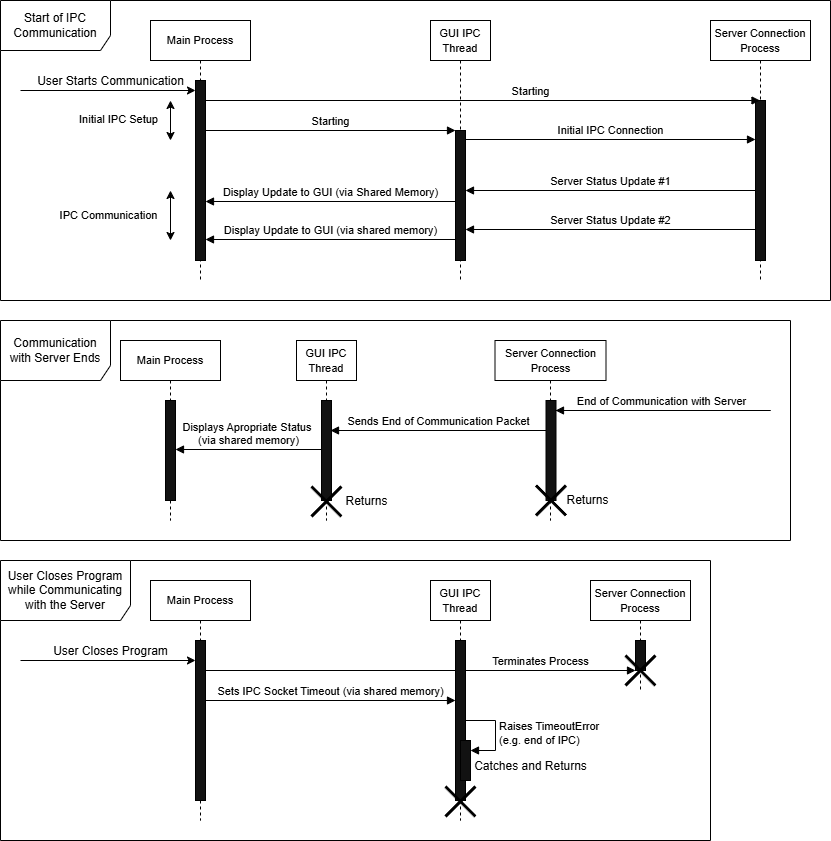
Earlier version of the draw.io export docs/uml_diagrams/client_ipc.drawio.png (Jebbex1/Stegastatter). Source tidied: cells renumbered, new cells last; positions are measured from the earlier drawing's top-left corner, leaving out a move shared by most shapes.
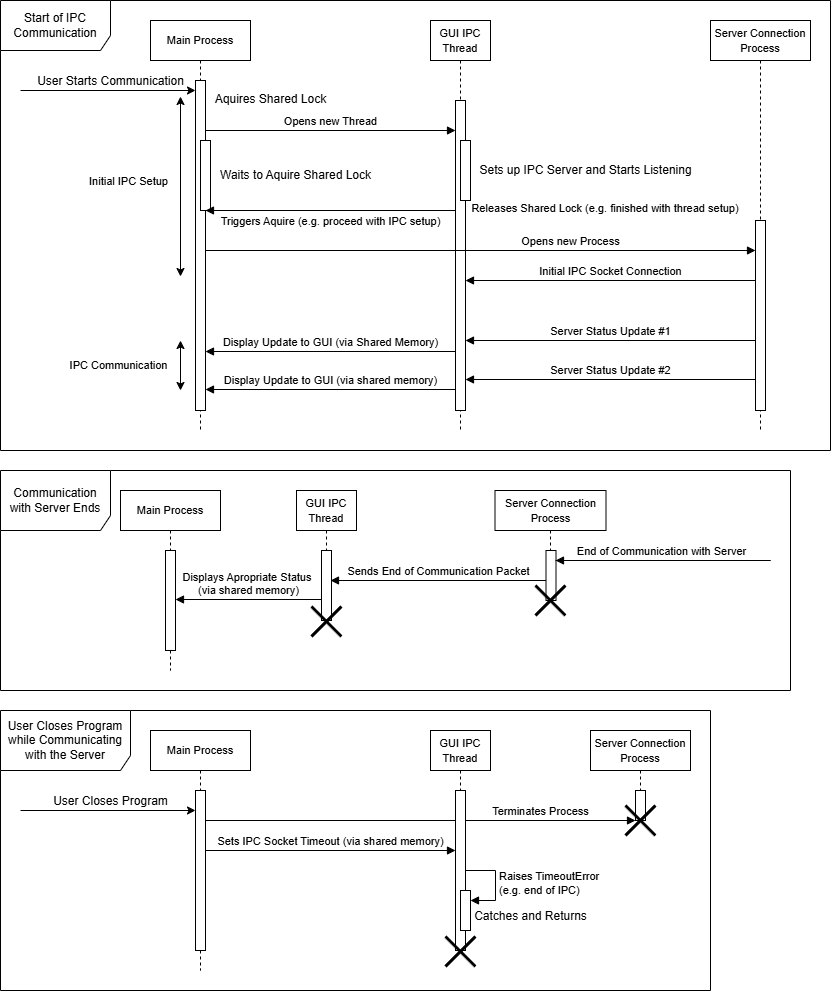
After the change.

What changed in the source:
```diff
@@ -3,35 +3,29 @@
     <mxCell id="0" />
     <mxCell id="1" parent="0" />
     <mxCell id="2" value="&lt;font style=&quot;font-size: 11px;&quot;&gt;Main Process&lt;/font&gt;" style="shape=umlLifeline;perimeter=lifelinePerimeter;whiteSpace=wrap;html=1;newEdgeStyle={&quot;edgeStyle&quot;:&quot;elbowEdgeStyle&quot;,&quot;elbow&quot;:&quot;vertical&quot;,&quot;curved&quot;:0,&quot;rounded&quot;:0};fontColor=#000000;labelBackgroundColor=none;strokeColor=#000000;fillColor=none;" parent="1" vertex="1">
-      <mxGeometry x="150" y="20" width="100" height="260" as="geometry" />
+      <mxGeometry x="150" y="-130" width="100" height="410" as="geometry" />
     </mxCell>
     <mxCell id="3" style="html=1;perimeter=orthogonalPerimeter;targetShapes=umlLifeline;newEdgeStyle={&quot;edgeStyle&quot;:&quot;elbowEdgeStyle&quot;,&quot;elbow&quot;:&quot;vertical&quot;,&quot;curved&quot;:0,&quot;rounded&quot;:0};fontColor=#000000;labelBackgroundColor=none;strokeColor=#000000;" parent="2" vertex="1">
-      <mxGeometry x="45" y="60" width="10" height="180" as="geometry" />
+      <mxGeometry x="45" y="60" width="10" height="330" as="geometry" />
     </mxCell>
     <mxCell id="4" value="&lt;font style=&quot;font-size: 11px;&quot;&gt;Server Connection Process&lt;/font&gt;" style="shape=umlLifeline;perimeter=lifelinePerimeter;whiteSpace=wrap;html=1;newEdgeStyle={&quot;edgeStyle&quot;:&quot;elbowEdgeStyle&quot;,&quot;elbow&quot;:&quot;vertical&quot;,&quot;curved&quot;:0,&quot;rounded&quot;:0};fontColor=#000000;labelBackgroundColor=none;strokeColor=#000000;fillColor=none;" parent="1" vertex="1">
-      <mxGeometry x="710" y="20" width="100" height="260" as="geometry" />
+      <mxGeometry x="710" y="-130" width="100" height="410" as="geometry" />
     </mxCell>
     <mxCell id="5" style="html=1;perimeter=orthogonalPerimeter;targetShapes=umlLifeline;newEdgeStyle={&quot;edgeStyle&quot;:&quot;elbowEdgeStyle&quot;,&quot;elbow&quot;:&quot;vertical&quot;,&quot;curved&quot;:0,&quot;rounded&quot;:0};fontColor=#000000;labelBackgroundColor=none;strokeColor=#000000;" parent="4" vertex="1">
-      <mxGeometry x="45" y="80" width="10" height="160" as="geometry" />
+      <mxGeometry x="45" y="200" width="10" height="190" as="geometry" />
     </mxCell>
     <mxCell id="6" value="&lt;font style=&quot;font-size: 11px;&quot;&gt;GUI IPC Thread&lt;/font&gt;" style="shape=umlLifeline;perimeter=lifelinePerimeter;whiteSpace=wrap;html=1;newEdgeStyle={&quot;edgeStyle&quot;:&quot;elbowEdgeStyle&quot;,&quot;elbow&quot;:&quot;vertical&quot;,&quot;curved&quot;:0,&quot;rounded&quot;:0};fontColor=#000000;labelBackgroundColor=none;strokeColor=#000000;fillColor=none;" parent="1" vertex="1">
-      <mxGeometry x="430" y="20" width="60" height="260" as="geometry" />
+      <mxGeometry x="430" y="-130" width="60" height="410" as="geometry" />
     </mxCell>
     <mxCell id="7" style="html=1;perimeter=orthogonalPerimeter;targetShapes=umlLifeline;newEdgeStyle={&quot;edgeStyle&quot;:&quot;elbowEdgeStyle&quot;,&quot;elbow&quot;:&quot;vertical&quot;,&quot;curved&quot;:0,&quot;rounded&quot;:0};fontColor=#000000;labelBackgroundColor=none;strokeColor=#000000;" parent="6" vertex="1">
-      <mxGeometry x="25" y="110" width="10" height="130" as="geometry" />
+      <mxGeometry x="25" y="80" width="10" height="310" as="geometry" />
     </mxCell>
-    <mxCell id="8" value="Starting" style="html=1;verticalAlign=bottom;endArrow=block;curved=0;rounded=0;fontColor=#000000;labelBackgroundColor=none;strokeColor=#000000;" parent="1" edge="1">
+    <mxCell id="8" value="&lt;font color=&quot;#000000&quot;&gt;Opens new Thread&lt;/font&gt;" style="html=1;verticalAlign=bottom;endArrow=block;curved=0;rounded=0;fontColor=#000000;labelBackgroundColor=none;strokeColor=#000000;" parent="1" edge="1">
       <mxGeometry relative="1" as="geometry">
-        <mxPoint x="205" y="130" as="sourcePoint" />
-        <mxPoint x="455" y="130" as="targetPoint" />
+        <mxPoint x="205" y="-20" as="sourcePoint" />
+        <mxPoint x="455" y="-20" as="targetPoint" />
       </mxGeometry>
     </mxCell>
-    <mxCell id="9" value="Starting" style="html=1;verticalAlign=bottom;endArrow=block;curved=0;rounded=0;fontColor=#000000;labelBackgroundColor=none;strokeColor=#000000;" parent="1" edge="1">
-      <mxGeometry x="0.17" relative="1" as="geometry">
-        <mxPoint x="205" y="100" as="sourcePoint" />
-        <mxPoint x="759.5" y="100" as="targetPoint" />
-      </mxGeometry>
-    </mxCell>
     <mxCell id="10" value="Server Status Update #2" style="html=1;verticalAlign=bottom;endArrow=block;curved=0;rounded=0;fontColor=#000000;labelBackgroundColor=none;strokeColor=#000000;" parent="1" edge="1">
       <mxGeometry relative="1" as="geometry">
         <mxPoint x="755" y="229" as="sourcePoint" />
@@ -56,16 +50,10 @@
         <mxPoint x="205" y="239" as="targetPoint" />
       </mxGeometry>
     </mxCell>
-    <mxCell id="14" value="Initial IPC Connection" style="html=1;verticalAlign=bottom;endArrow=block;curved=0;rounded=0;fontColor=#000000;labelBackgroundColor=none;strokeColor=#000000;" parent="1" edge="1">
-      <mxGeometry relative="1" as="geometry">
-        <mxPoint x="465" y="139" as="sourcePoint" />
-        <mxPoint x="755" y="139" as="targetPoint" />
-      </mxGeometry>
-    </mxCell>
     <mxCell id="15" style="endArrow=classic;startArrow=classic;html=1;rounded=0;fontColor=#000000;labelBackgroundColor=none;strokeColor=#000000;" parent="1" edge="1">
       <mxGeometry relative="1" as="geometry">
-        <mxPoint x="170" y="140" as="sourcePoint" />
-        <mxPoint x="170" y="100" as="targetPoint" />
+        <mxPoint x="180" y="126" as="sourcePoint" />
+        <mxPoint x="180" y="-54" as="targetPoint" />
       </mxGeometry>
     </mxCell>
     <mxCell id="16" value="Initial IPC Setup" style="edgeLabel;html=1;align=center;verticalAlign=middle;fontColor=#000000;labelBackgroundColor=none;" parent="15" vertex="1">
@@ -75,8 +63,8 @@
     </mxCell>
     <mxCell id="17" style="endArrow=classic;startArrow=classic;html=1;rounded=0;fontColor=#000000;labelBackgroundColor=none;strokeColor=#000000;" parent="1" edge="1">
       <mxGeometry relative="1" as="geometry">
-        <mxPoint x="170" y="240" as="sourcePoint" />
-        <mxPoint x="170" y="190" as="targetPoint" />
+        <mxPoint x="180" y="240" as="sourcePoint" />
+        <mxPoint x="180" y="190" as="targetPoint" />
       </mxGeometry>
     </mxCell>
     <mxCell id="18" value="IPC Communication" style="edgeLabel;html=1;align=center;verticalAlign=middle;fontColor=#000000;labelBackgroundColor=none;" parent="17" vertex="1">
@@ -86,12 +74,12 @@
     </mxCell>
     <mxCell id="19" style="endArrow=classic;html=1;rounded=0;fontColor=#000000;labelBackgroundColor=none;strokeColor=#000000;" parent="1" edge="1">
       <mxGeometry relative="1" as="geometry">
-        <mxPoint x="20" y="90" as="sourcePoint" />
-        <mxPoint x="195" y="90" as="targetPoint" />
+        <mxPoint x="20" y="-60" as="sourcePoint" />
+        <mxPoint x="195" y="-60" as="targetPoint" />
       </mxGeometry>
     </mxCell>
     <mxCell id="20" value="User Starts Communication" style="text;html=1;align=center;verticalAlign=middle;strokeColor=none;fillColor=none;fontColor=#000000;labelBackgroundColor=none;labelBorderColor=none;strokeWidth=0;" parent="1" vertex="1">
-      <mxGeometry x="25" y="66" width="170" height="30" as="geometry" />
+      <mxGeometry x="25" y="-84" width="170" height="30" as="geometry" />
     </mxCell>
     <mxCell id="21" style="endArrow=classic;html=1;rounded=0;fontColor=#000000;labelBackgroundColor=none;strokeColor=#000000;" parent="1" edge="1">
       <mxGeometry relative="1" as="geometry">
@@ -114,7 +102,7 @@
       <mxGeometry x="45" y="60" width="10" height="160" as="geometry" />
     </mxCell>
     <mxCell id="26" value="&lt;font style=&quot;font-size: 11px;&quot;&gt;Server Connection Process&lt;/font&gt;" style="shape=umlLifeline;perimeter=lifelinePerimeter;whiteSpace=wrap;html=1;newEdgeStyle={&quot;edgeStyle&quot;:&quot;elbowEdgeStyle&quot;,&quot;elbow&quot;:&quot;vertical&quot;,&quot;curved&quot;:0,&quot;rounded&quot;:0};fontColor=#000000;labelBackgroundColor=none;strokeColor=#000000;fillColor=none;" parent="1" vertex="1">
-      <mxGeometry x="590" y="580" width="100" height="110" as="geometry" />
+      <mxGeometry x="590" y="580" width="100" height="90" as="geometry" />
     </mxCell>
     <mxCell id="27" style="html=1;points=[];perimeter=orthogonalPerimeter;outlineConnect=0;targetShapes=umlLifeline;portConstraint=eastwest;newEdgeStyle={&quot;edgeStyle&quot;:&quot;elbowEdgeStyle&quot;,&quot;elbow&quot;:&quot;vertical&quot;,&quot;curved&quot;:0,&quot;rounded&quot;:0};fontColor=#000000;labelBackgroundColor=none;strokeColor=#000000;" parent="26" vertex="1">
       <mxGeometry x="45" y="60" width="10" height="30" as="geometry" />
@@ -123,7 +111,7 @@
       <mxGeometry x="35" y="75" width="30" height="30" as="geometry" />
     </mxCell>
     <mxCell id="29" value="&lt;font style=&quot;font-size: 11px;&quot;&gt;GUI IPC Thread&lt;/font&gt;" style="shape=umlLifeline;perimeter=lifelinePerimeter;whiteSpace=wrap;html=1;newEdgeStyle={&quot;edgeStyle&quot;:&quot;elbowEdgeStyle&quot;,&quot;elbow&quot;:&quot;vertical&quot;,&quot;curved&quot;:0,&quot;rounded&quot;:0};fontColor=#000000;labelBackgroundColor=none;strokeColor=#000000;fillColor=none;" parent="1" vertex="1">
-      <mxGeometry x="430" y="580" width="60" height="240" as="geometry" />
+      <mxGeometry x="430" y="580" width="60" height="220" as="geometry" />
     </mxCell>
     <mxCell id="30" style="html=1;perimeter=orthogonalPerimeter;targetShapes=umlLifeline;newEdgeStyle={&quot;edgeStyle&quot;:&quot;elbowEdgeStyle&quot;,&quot;elbow&quot;:&quot;vertical&quot;,&quot;curved&quot;:0,&quot;rounded&quot;:0};fontColor=#000000;labelBackgroundColor=none;strokeColor=#000000;" parent="29" vertex="1">
       <mxGeometry x="25" y="60" width="10" height="160" as="geometry" />
@@ -155,25 +143,22 @@
       <mxGeometry x="45" y="60" width="10" height="100" as="geometry" />
     </mxCell>
     <mxCell id="37" value="&lt;font style=&quot;font-size: 11px;&quot;&gt;Server Connection Process&lt;/font&gt;" style="shape=umlLifeline;perimeter=lifelinePerimeter;whiteSpace=wrap;html=1;newEdgeStyle={&quot;edgeStyle&quot;:&quot;elbowEdgeStyle&quot;,&quot;elbow&quot;:&quot;vertical&quot;,&quot;curved&quot;:0,&quot;rounded&quot;:0};fontColor=#000000;labelBackgroundColor=none;strokeColor=#000000;fillColor=none;" parent="1" vertex="1">
-      <mxGeometry x="494.5" y="340" width="111" height="180" as="geometry" />
+      <mxGeometry x="494.5" y="340" width="111" height="110" as="geometry" />
     </mxCell>
     <mxCell id="38" style="html=1;points=[];perimeter=orthogonalPerimeter;outlineConnect=0;targetShapes=umlLifeline;portConstraint=eastwest;newEdgeStyle={&quot;edgeStyle&quot;:&quot;elbowEdgeStyle&quot;,&quot;elbow&quot;:&quot;vertical&quot;,&quot;curved&quot;:0,&quot;rounded&quot;:0};fontColor=#000000;labelBackgroundColor=none;strokeColor=#000000;" parent="37" vertex="1">
-      <mxGeometry x="51" y="60" width="10" height="100" as="geometry" />
+      <mxGeometry x="51" y="60" width="10" height="50" as="geometry" />
     </mxCell>
     <mxCell id="39" style="shape=umlDestroy;whiteSpace=wrap;html=1;strokeWidth=3;targetShapes=umlLifeline;fontColor=#000000;labelBackgroundColor=none;strokeColor=#000000;" parent="37" vertex="1">
-      <mxGeometry x="41" y="145" width="30" height="30" as="geometry" />
+      <mxGeometry x="40.5" y="95" width="30" height="30" as="geometry" />
     </mxCell>
-    <mxCell id="40" value="&lt;span style=&quot;font-weight: normal;&quot;&gt;Returns&lt;/span&gt;" style="text;align=center;fontStyle=1;verticalAlign=middle;spacingLeft=3;spacingRight=3;strokeColor=none;html=1;fontColor=#000000;labelBackgroundColor=none;strokeWidth=0;" parent="37" vertex="1">
-      <mxGeometry x="67" y="147" width="50" height="26" as="geometry" />
-    </mxCell>
     <mxCell id="41" value="&lt;font style=&quot;font-size: 11px;&quot;&gt;GUI IPC Thread&lt;/font&gt;" style="shape=umlLifeline;perimeter=lifelinePerimeter;whiteSpace=wrap;html=1;newEdgeStyle={&quot;edgeStyle&quot;:&quot;elbowEdgeStyle&quot;,&quot;elbow&quot;:&quot;vertical&quot;,&quot;curved&quot;:0,&quot;rounded&quot;:0};fontColor=#000000;labelBackgroundColor=none;strokeColor=#000000;fillColor=none;" parent="1" vertex="1">
-      <mxGeometry x="296" y="340" width="60" height="180" as="geometry" />
+      <mxGeometry x="296" y="340" width="60" height="130" as="geometry" />
     </mxCell>
     <mxCell id="42" style="html=1;points=[];perimeter=orthogonalPerimeter;outlineConnect=0;targetShapes=umlLifeline;portConstraint=eastwest;newEdgeStyle={&quot;edgeStyle&quot;:&quot;elbowEdgeStyle&quot;,&quot;elbow&quot;:&quot;vertical&quot;,&quot;curved&quot;:0,&quot;rounded&quot;:0};fontColor=#000000;labelBackgroundColor=none;strokeColor=#000000;" parent="41" vertex="1">
-      <mxGeometry x="25" y="60" width="10" height="100" as="geometry" />
+      <mxGeometry x="25" y="60" width="10" height="70" as="geometry" />
     </mxCell>
     <mxCell id="43" style="shape=umlDestroy;whiteSpace=wrap;html=1;strokeWidth=3;targetShapes=umlLifeline;fontColor=#000000;labelBackgroundColor=none;strokeColor=#000000;" parent="41" vertex="1">
-      <mxGeometry x="15" y="146" width="30" height="30" as="geometry" />
+      <mxGeometry x="15" y="116" width="30" height="30" as="geometry" />
     </mxCell>
     <mxCell id="44" value="Sends End of Communication Packet" style="html=1;verticalAlign=bottom;endArrow=block;curved=0;rounded=0;fontColor=#000000;labelBackgroundColor=none;strokeColor=#000000;" parent="1" edge="1" source="38">
       <mxGeometry relative="1" as="geometry">
@@ -192,16 +177,13 @@
     <mxCell id="46" value="&lt;span style=&quot;font-weight: normal;&quot;&gt;Catches and Returns&lt;/span&gt;" style="text;align=center;fontStyle=1;verticalAlign=middle;spacingLeft=3;spacingRight=3;strokeColor=none;html=1;fontColor=#000000;labelBackgroundColor=none;strokeWidth=0;" parent="1" vertex="1">
       <mxGeometry x="470" y="753" width="120" height="26" as="geometry" />
     </mxCell>
-    <mxCell id="47" value="&lt;span style=&quot;font-weight: normal;&quot;&gt;Returns&lt;/span&gt;" style="text;align=center;fontStyle=1;verticalAlign=middle;spacingLeft=3;spacingRight=3;strokeColor=none;html=1;fontColor=#000000;labelBackgroundColor=none;strokeWidth=0;" parent="1" vertex="1">
-      <mxGeometry x="341" y="488" width="50" height="26" as="geometry" />
-    </mxCell>
     <mxCell id="48" value="Displays Apropriate Status&amp;nbsp;&lt;div&gt;(via shared memory)&lt;/div&gt;" style="html=1;verticalAlign=bottom;endArrow=block;curved=0;rounded=0;fontColor=#000000;labelBackgroundColor=none;strokeColor=#000000;" parent="1" edge="1" source="42">
       <mxGeometry relative="1" as="geometry">
         <mxPoint x="175" y="449" as="targetPoint" />
       </mxGeometry>
     </mxCell>
     <mxCell id="49" value="Start of IPC Communication" style="shape=umlFrame;whiteSpace=wrap;html=1;width=110;height=50;fontColor=#000000;labelBackgroundColor=none;strokeColor=#000000;fillColor=none;" parent="1" vertex="1">
-      <mxGeometry width="830" height="300" as="geometry" />
+      <mxGeometry y="-150" width="830" height="450" as="geometry" />
     </mxCell>
     <mxCell id="50" value="User Closes Program while Communicating with the Server" style="shape=umlFrame;whiteSpace=wrap;html=1;width=130;height=60;fontColor=#000000;labelBackgroundColor=none;strokeColor=#000000;fillColor=none;" parent="1" vertex="1">
       <mxGeometry y="560" width="710" height="280" as="geometry" />
@@ -209,5 +191,41 @@
     <mxCell id="51" value="Communication with Server Ends" style="shape=umlFrame;whiteSpace=wrap;html=1;width=110;height=60;fontColor=#000000;labelBackgroundColor=none;strokeColor=#000000;fillColor=none;" parent="1" vertex="1">
       <mxGeometry y="320" width="790" height="220" as="geometry" />
     </mxCell>
+    <mxCell id="52" style="html=1;perimeter=orthogonalPerimeter;targetShapes=umlLifeline;newEdgeStyle={&quot;edgeStyle&quot;:&quot;elbowEdgeStyle&quot;,&quot;elbow&quot;:&quot;vertical&quot;,&quot;curved&quot;:0,&quot;rounded&quot;:0};fontColor=#000000;labelBackgroundColor=none;strokeColor=#000000;" parent="1" vertex="1">
+      <mxGeometry x="460" y="-10" width="10" height="60" as="geometry" />
+    </mxCell>
+    <mxCell id="53" value="&lt;font style=&quot;color: rgb(0, 0, 0);&quot;&gt;Sets up IPC Server and Starts Listening&lt;/font&gt;" style="text;html=1;align=center;verticalAlign=middle;strokeColor=none;fillColor=none;" parent="1" vertex="1">
+      <mxGeometry x="465" y="5" width="240" height="30" as="geometry" />
+    </mxCell>
+    <mxCell id="54" value="&lt;font style=&quot;color: rgb(0, 0, 0);&quot;&gt;Waits to Aquire Shared Lock&lt;/font&gt;" style="text;html=1;align=center;verticalAlign=middle;strokeColor=none;fillColor=none;" parent="1" vertex="1">
+      <mxGeometry x="210" y="10" width="170" height="30" as="geometry" />
+    </mxCell>
+    <mxCell id="55" style="html=1;perimeter=orthogonalPerimeter;targetShapes=umlLifeline;newEdgeStyle={&quot;edgeStyle&quot;:&quot;elbowEdgeStyle&quot;,&quot;elbow&quot;:&quot;vertical&quot;,&quot;curved&quot;:0,&quot;rounded&quot;:0};fontColor=#000000;labelBackgroundColor=none;strokeColor=#000000;" parent="1" vertex="1">
+      <mxGeometry x="200" y="-10" width="10" height="70" as="geometry" />
+    </mxCell>
+    <mxCell id="56" value="&lt;span style=&quot;font-family: Helvetica; font-size: 11px; font-style: normal; font-variant-ligatures: normal; font-variant-caps: normal; font-weight: 400; letter-spacing: normal; orphans: 2; text-indent: 0px; text-transform: none; widows: 2; word-spacing: 0px; -webkit-text-stroke-width: 0px; white-space: nowrap; text-decoration-thickness: initial; text-decoration-style: initial; text-decoration-color: initial; float: none; display: inline !important;&quot;&gt;&lt;font style=&quot;color: rgb(0, 0, 0);&quot;&gt;Releases Shared Lock (e.g. finished with thread setup)&lt;/font&gt;&lt;/span&gt;" style="text;whiteSpace=wrap;html=1;align=center;" parent="1" vertex="1">
+      <mxGeometry x="470" y="44" width="270" height="30" as="geometry" />
+    </mxCell>
+    <mxCell id="57" value="&lt;font style=&quot;color: rgb(0, 0, 0);&quot;&gt;Triggers Aquire (e.g. proceed with IPC setup)&lt;/font&gt;" style="html=1;verticalAlign=bottom;endArrow=block;curved=0;rounded=0;fontColor=#000000;labelBackgroundColor=none;strokeColor=#000000;" parent="1" edge="1">
+      <mxGeometry y="20" relative="1" as="geometry">
+        <mxPoint x="455" y="60" as="sourcePoint" />
+        <mxPoint x="205" y="60" as="targetPoint" />
+      </mxGeometry>
+    </mxCell>
+    <mxCell id="58" value="&lt;font color=&quot;#000000&quot;&gt;Opens new Process&lt;/font&gt;" style="html=1;verticalAlign=bottom;endArrow=block;curved=0;rounded=0;fontColor=#000000;labelBackgroundColor=none;strokeColor=#000000;" parent="1" edge="1">
+      <mxGeometry x="0.33" relative="1" as="geometry">
+        <mxPoint x="205" y="100" as="sourcePoint" />
+        <mxPoint x="755" y="100" as="targetPoint" />
+      </mxGeometry>
+    </mxCell>
+    <mxCell id="59" value="&lt;font style=&quot;color: rgb(0, 0, 0);&quot;&gt;Initial IPC Socket Connection&lt;/font&gt;" style="html=1;verticalAlign=bottom;endArrow=block;curved=0;rounded=0;fontColor=#000000;labelBackgroundColor=none;strokeColor=#000000;" parent="1" edge="1">
+      <mxGeometry relative="1" as="geometry">
+        <mxPoint x="755" y="130" as="sourcePoint" />
+        <mxPoint x="465" y="130" as="targetPoint" />
+      </mxGeometry>
+    </mxCell>
+    <mxCell id="60" value="Aquires Shared Lock" style="text;html=1;align=center;verticalAlign=middle;strokeColor=none;fillColor=none;" parent="1" vertex="1">
+      <mxGeometry x="205" y="-66" width="130" height="30" as="geometry" />
+    </mxCell>
   </root>
 </mxGraphModel>
```
